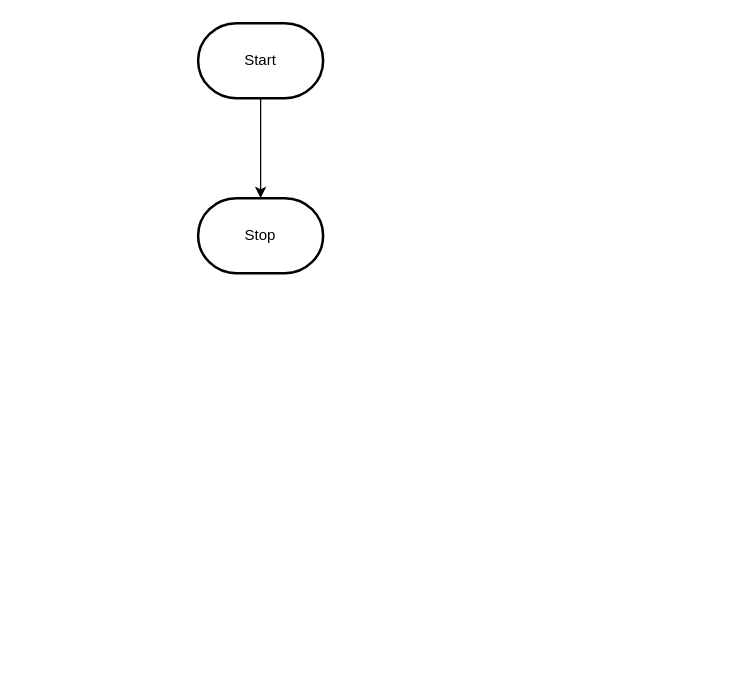
Above: design/flowchart.drawio in MTHS-ICS2O-2-2022/ICS2O-Unit-5-01-Dominic-Madeira (draw.io), before the change. Source tidied: cells renumbered, new cells numbered last; positions are measured from the earlier drawing's top-left corner, leaving out a move shared by most shapes. Both pictures are drawn from the tidied source at 125%, with x=0, y=0 at pixel (198, 22).
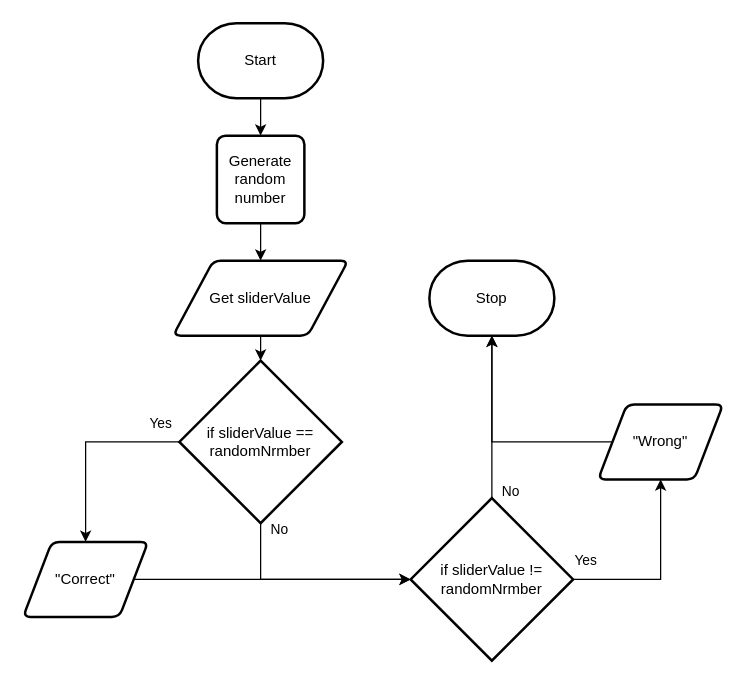
The same page after the edit.

Unchanged cells that the change refers to:
```xml
<mxCell id="3" value="Start" style="strokeWidth=2;html=1;shape=mxgraph.flowchart.terminator;whiteSpace=wrap;" parent="1" vertex="1">
  <mxGeometry width="100" height="60" as="geometry" />
</mxCell>
```

The edit, as a diff of the source:
```diff
@@
-    <mxCell id="2" style="edgeStyle=orthogonalEdgeStyle;html=1;rounded=0;" parent="1" edge="1" source="3" target="4">
+    <mxCell id="2" style="edgeStyle=orthogonalEdgeStyle;html=1;rounded=0;entryX=0.5;entryY=0;entryDx=0;entryDy=0;" parent="1" edge="1" source="3" target="6">
       <mxGeometry relative="1" as="geometry" />
     </mxCell>
@@
     <mxCell id="4" value="Stop" style="strokeWidth=2;html=1;shape=mxgraph.flowchart.terminator;whiteSpace=wrap;" parent="1" vertex="1">
-      <mxGeometry y="140" width="100" height="60" as="geometry" />
+      <mxGeometry x="185" y="190" width="100" height="60" as="geometry" />
     </mxCell>
+    <mxCell id="5" style="edgeStyle=none;html=1;" parent="1" edge="1" source="6" target="8">
+      <mxGeometry relative="1" as="geometry" />
+    </mxCell>
+    <mxCell id="6" value="Generate random number" style="rounded=1;whiteSpace=wrap;html=1;absoluteArcSize=1;arcSize=14;strokeWidth=2;" parent="1" vertex="1">
+      <mxGeometry x="15" y="90" width="70" height="70" as="geometry" />
+    </mxCell>
+    <mxCell id="7" style="edgeStyle=none;html=1;" parent="1" edge="1" source="8" target="11">
+      <mxGeometry relative="1" as="geometry" />
+    </mxCell>
+    <mxCell id="8" value="Get sliderValue" style="shape=parallelogram;html=1;strokeWidth=2;perimeter=parallelogramPerimeter;whiteSpace=wrap;rounded=1;arcSize=12;size=0.23;" parent="1" vertex="1">
+      <mxGeometry x="-20" y="190" width="140" height="60" as="geometry" />
+    </mxCell>
+    <mxCell id="9" style="edgeStyle=orthogonalEdgeStyle;html=1;rounded=0;entryX=0.5;entryY=0;entryDx=0;entryDy=0;" parent="1" edge="1" source="11" target="13">
+      <mxGeometry relative="1" as="geometry" />
+    </mxCell>
+    <mxCell id="10" style="edgeStyle=elbowEdgeStyle;shape=connector;rounded=0;html=1;labelBackgroundColor=default;strokeColor=default;fontFamily=Helvetica;fontSize=11;fontColor=default;endArrow=classic;exitX=0.5;exitY=1;exitDx=0;exitDy=0;exitPerimeter=0;" parent="1" edge="1" source="11" target="18">
+      <mxGeometry relative="1" as="geometry">
+        <Array as="points">
+          <mxPoint x="50" y="445" />
+        </Array>
+      </mxGeometry>
+    </mxCell>
+    <mxCell id="11" value="if sliderValue == randomNrmber" style="strokeWidth=2;html=1;shape=mxgraph.flowchart.decision;whiteSpace=wrap;" parent="1" vertex="1">
+      <mxGeometry x="-15" y="270" width="130" height="130" as="geometry" />
+    </mxCell>
+    <mxCell id="12" style="edgeStyle=elbowEdgeStyle;shape=connector;rounded=0;html=1;entryX=0;entryY=0.5;entryDx=0;entryDy=0;entryPerimeter=0;labelBackgroundColor=default;strokeColor=default;fontFamily=Helvetica;fontSize=11;fontColor=default;endArrow=classic;" parent="1" edge="1" source="13" target="18">
+      <mxGeometry relative="1" as="geometry" />
+    </mxCell>
+    <mxCell id="13" value="&quot;Correct&quot;" style="shape=parallelogram;html=1;strokeWidth=2;perimeter=parallelogramPerimeter;whiteSpace=wrap;rounded=1;arcSize=12;size=0.23;" parent="1" vertex="1">
+      <mxGeometry x="-140" y="415" width="100" height="60" as="geometry" />
+    </mxCell>
+    <mxCell id="14" style="edgeStyle=orthogonalEdgeStyle;shape=connector;rounded=0;html=1;entryX=0.5;entryY=1;entryDx=0;entryDy=0;entryPerimeter=0;labelBackgroundColor=default;strokeColor=default;fontFamily=Helvetica;fontSize=11;fontColor=default;endArrow=classic;" parent="1" edge="1" source="15" target="4">
+      <mxGeometry relative="1" as="geometry" />
+    </mxCell>
+    <mxCell id="15" value="&quot;Wrong&quot;" style="shape=parallelogram;html=1;strokeWidth=2;perimeter=parallelogramPerimeter;whiteSpace=wrap;rounded=1;arcSize=12;size=0.23;" parent="1" vertex="1">
+      <mxGeometry x="320" y="305" width="100" height="60" as="geometry" />
+    </mxCell>
+    <mxCell id="16" style="edgeStyle=orthogonalEdgeStyle;shape=connector;rounded=0;html=1;entryX=0.5;entryY=1;entryDx=0;entryDy=0;labelBackgroundColor=default;strokeColor=default;fontFamily=Helvetica;fontSize=11;fontColor=default;endArrow=classic;" parent="1" edge="1" source="18" target="15">
+      <mxGeometry relative="1" as="geometry" />
+    </mxCell>
+    <mxCell id="17" style="edgeStyle=orthogonalEdgeStyle;shape=connector;rounded=0;html=1;labelBackgroundColor=default;strokeColor=default;fontFamily=Helvetica;fontSize=11;fontColor=default;endArrow=classic;" parent="1" edge="1" source="18" target="4">
+      <mxGeometry relative="1" as="geometry" />
+    </mxCell>
+    <mxCell id="18" value="if sliderValue != randomNrmber" style="strokeWidth=2;html=1;shape=mxgraph.flowchart.decision;whiteSpace=wrap;" parent="1" vertex="1">
+      <mxGeometry x="170" y="380" width="130" height="130" as="geometry" />
+    </mxCell>
+    <mxCell id="19" value="Yes" style="text;html=1;align=center;verticalAlign=middle;strokeColor=none;fillColor=none;fontSize=11;fontFamily=Helvetica;fontColor=default;" parent="1" vertex="1">
+      <mxGeometry x="-50" y="305" width="40" height="30" as="geometry" />
+    </mxCell>
+    <mxCell id="20" value="Yes" style="text;html=1;align=center;verticalAlign=middle;strokeColor=none;fillColor=none;fontSize=11;fontFamily=Helvetica;fontColor=default;" parent="1" vertex="1">
+      <mxGeometry x="290" y="415" width="40" height="30" as="geometry" />
+    </mxCell>
+    <mxCell id="21" value="No" style="text;html=1;align=center;verticalAlign=middle;strokeColor=none;fillColor=none;fontSize=11;fontFamily=Helvetica;fontColor=default;" parent="1" vertex="1">
+      <mxGeometry x="230" y="360" width="40" height="30" as="geometry" />
+    </mxCell>
+    <mxCell id="22" value="No" style="text;html=1;align=center;verticalAlign=middle;strokeColor=none;fillColor=none;fontSize=11;fontFamily=Helvetica;fontColor=default;" parent="1" vertex="1">
+      <mxGeometry x="45" y="390" width="40" height="30" as="geometry" />
+    </mxCell>
```
